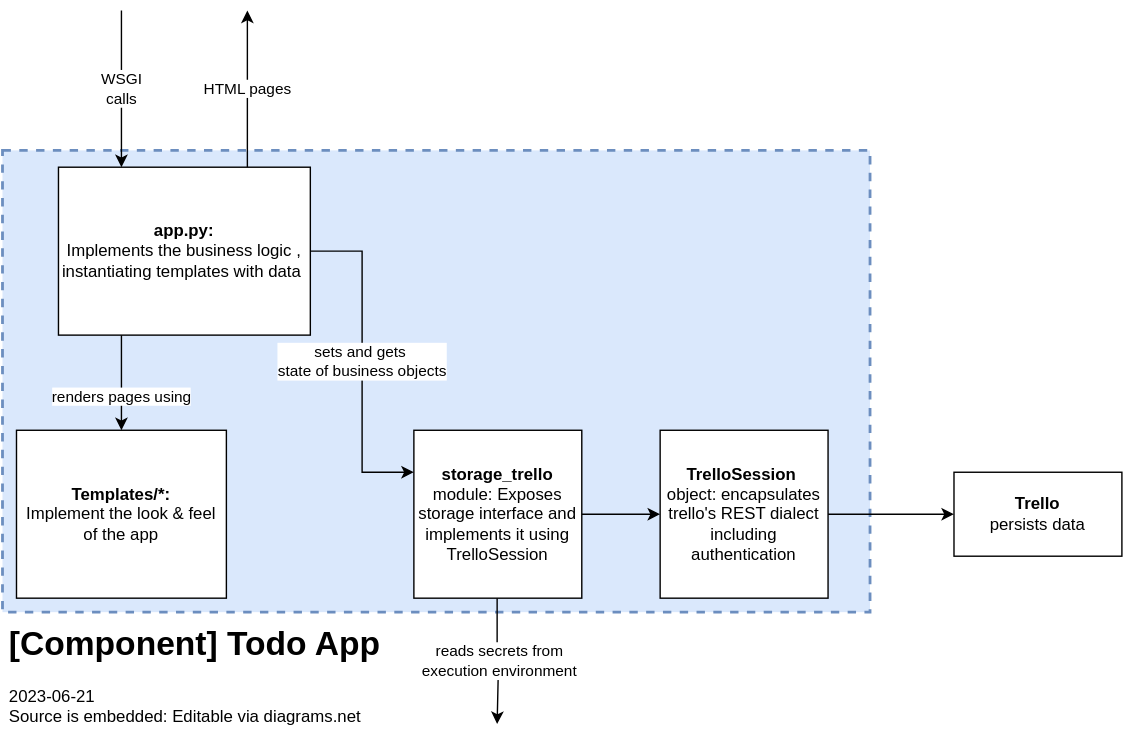
Earlier version of the draw.io export architecture/c4-2.svg (sweavo/devops-course-starter). Source tidied: cells renumbered, new cells last; positions are measured from the earlier drawing's top-left corner, leaving out a move shared by most shapes.
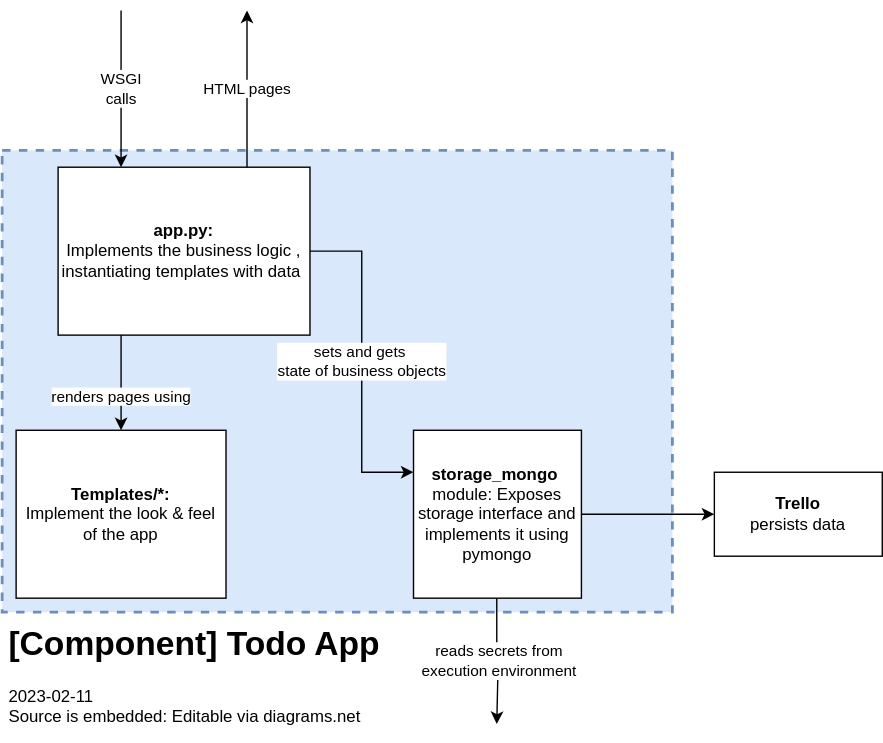
Above is the later version.

Commit message:
revise architecture without trello

Diff of the diagram source:
```diff
@@ -3,13 +3,13 @@
     <mxCell id="0" />
     <mxCell id="1" parent="0" />
     <mxCell id="2" style="rounded=0;whiteSpace=wrap;html=1;fillColor=#dae8fc;dashed=1;strokeWidth=2;strokeColor=#6c8ebf;" parent="1" vertex="1">
-      <mxGeometry y="100" width="620" height="330" as="geometry" />
+      <mxGeometry y="100" width="479" height="330" as="geometry" />
     </mxCell>
-    <mxCell id="3" value="&lt;h1&gt;[Component] Todo App&lt;/h1&gt;&lt;div&gt;2023-06-21&lt;/div&gt;&lt;div&gt;Source is embedded: Editable via diagrams.net&lt;/div&gt;" style="text;html=1;strokeColor=none;fillColor=none;spacing=5;spacingTop=-20;whiteSpace=wrap;overflow=hidden;rounded=0;" parent="1" vertex="1">
+    <mxCell id="3" value="&lt;h1&gt;[Component] Todo App&lt;/h1&gt;&lt;div&gt;2023-02-11&lt;/div&gt;&lt;div&gt;Source is embedded: Editable via diagrams.net&lt;/div&gt;" style="text;html=1;strokeColor=none;fillColor=none;spacing=5;spacingTop=-20;whiteSpace=wrap;overflow=hidden;rounded=0;" parent="1" vertex="1">
       <mxGeometry y="433" width="280" height="90" as="geometry" />
     </mxCell>
     <mxCell id="4" value="&lt;b&gt;Trello&lt;/b&gt;&lt;br&gt;persists data" style="rounded=0;whiteSpace=wrap;html=1;" parent="1" vertex="1">
-      <mxGeometry x="680" y="330" width="120" height="60" as="geometry" />
+      <mxGeometry x="509" y="330" width="120" height="60" as="geometry" />
     </mxCell>
     <mxCell id="5" value="renders pages using" style="edgeStyle=orthogonalEdgeStyle;rounded=0;jettySize=auto;html=1;exitX=0.25;exitY=1;exitDx=0;exitDy=0;" parent="1" edge="1" source="7" target="11">
       <mxGeometry x="0.3" relative="1" as="geometry" />
@@ -20,9 +20,6 @@
     <mxCell id="7" value="&lt;b&gt;app.py: &lt;/b&gt;&lt;br&gt;Implements the business logic , instantiating templates with data&amp;nbsp;" style="rounded=0;whiteSpace=wrap;html=1;" parent="1" vertex="1">
       <mxGeometry x="40" y="112" width="180" height="120" as="geometry" />
     </mxCell>
-    <mxCell id="8" style="edgeStyle=orthogonalEdgeStyle;rounded=0;jettySize=auto;html=1;" parent="1" edge="1" source="10" target="15">
-      <mxGeometry relative="1" as="geometry" />
-    </mxCell>
     <mxCell id="9" value="reads secrets from &lt;br&gt;execution environment" style="edgeStyle=orthogonalEdgeStyle;rounded=0;orthogonalLoop=1;jettySize=auto;html=1;" parent="1" edge="1">
       <mxGeometry relative="1" as="geometry">
         <mxPoint x="353.5" y="420" as="sourcePoint" />
@@ -33,7 +30,10 @@
         </Array>
       </mxGeometry>
     </mxCell>
+    <mxCell id="16" style="edgeStyle=orthogonalEdgeStyle;rounded=0;jettySize=auto;html=1;" parent="1" edge="1" source="10" target="4">
+      <mxGeometry relative="1" as="geometry" />
+    </mxCell>
-    <mxCell id="10" value="&lt;b&gt;storage_trello &lt;/b&gt;module:&amp;nbsp;Exposes storage interface and implements it using TrelloSession" style="rounded=0;whiteSpace=wrap;html=1;" parent="1" vertex="1">
+    <mxCell id="10" value="&lt;b&gt;storage_mongo&amp;nbsp;&lt;br&gt;&lt;/b&gt;module:&amp;nbsp;Exposes storage interface and implements it using pymongo" style="rounded=0;whiteSpace=wrap;html=1;" parent="1" vertex="1">
       <mxGeometry x="294" y="300" width="120" height="120" as="geometry" />
     </mxCell>
     <mxCell id="11" value="&lt;b&gt;Templates/*:&lt;/b&gt;&lt;br&gt;Implement the look &amp;amp; feel of the app" style="rounded=0;whiteSpace=wrap;html=1;" parent="1" vertex="1">
@@ -49,11 +49,5 @@
         <mxPoint x="85" as="sourcePoint" />
       </mxGeometry>
     </mxCell>
-    <mxCell id="14" style="edgeStyle=orthogonalEdgeStyle;rounded=0;jettySize=auto;html=1;" parent="1" edge="1" source="15" target="4">
-      <mxGeometry relative="1" as="geometry" />
-    </mxCell>
-    <mxCell id="15" value="&lt;b&gt;TrelloSession&amp;nbsp;&lt;/b&gt;&lt;br&gt;object: encapsulates trello's REST dialect including authentication" style="rounded=0;whiteSpace=wrap;html=1;" parent="1" vertex="1">
-      <mxGeometry x="470" y="300" width="120" height="120" as="geometry" />
-    </mxCell>
   </root>
 </mxGraphModel>
```
